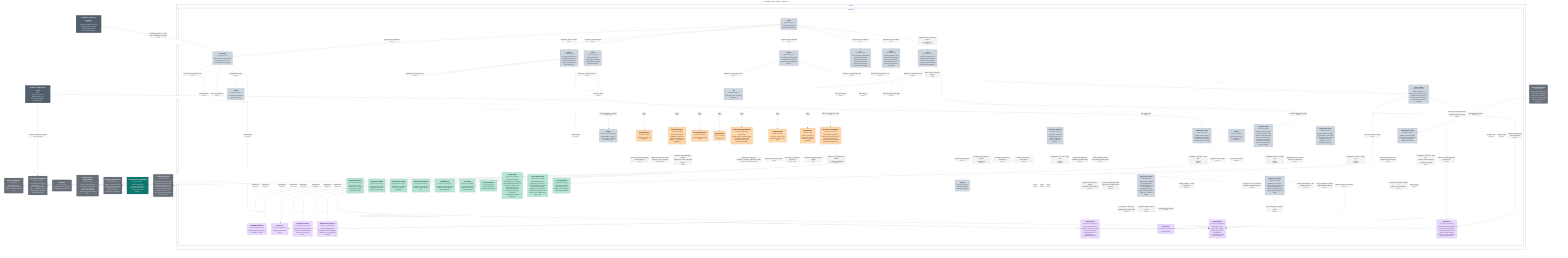
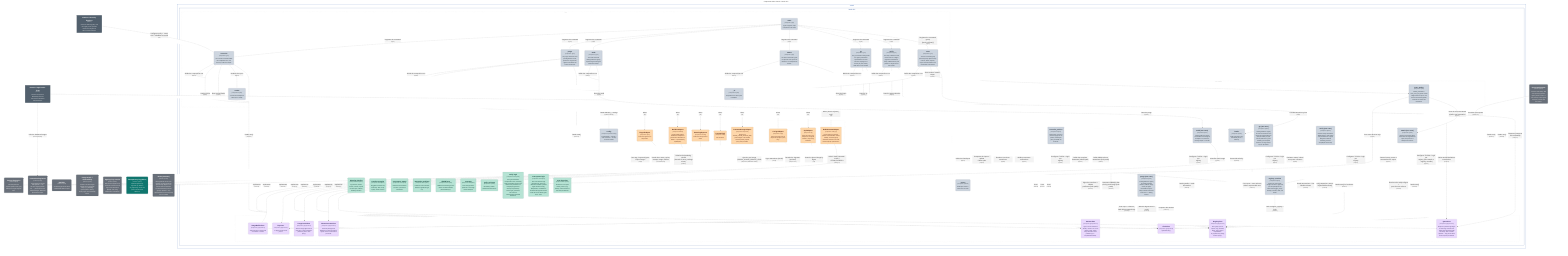
graph LR
  linkStyle default fill:#ffffff

-   subgraph diagram ["Component View: houba - houba CLI"]
+   subgraph diagram ["Component View: knock - knock CLI"]
    style diagram fill:#ffffff,stroke:#ffffff

-     1["<div style='font-weight: bold'>Platform / Security Engineer</div><div style='font-size: 70%; margin-top: 0px'>[Person]</div><div style='font-size: 80%; margin-top:10px'>Owns the hardening policy and<br />the registry roster; operates<br />houba as the single front<br />door for external images.</div>"]
+     1["<div style='font-weight: bold'>Platform / Security Engineer</div><div style='font-size: 70%; margin-top: 0px'>[Person]</div><div style='font-size: 80%; margin-top:10px'>Owns the hardening policy and<br />the registry roster; operates<br />knock as the single front<br />door for external images.</div>"]
    style 1 fill:#52606d,stroke:#39434c,color:#ffffff
    2["<div style='font-weight: bold'>Product / Application Team</div><div style='font-size: 70%; margin-top: 0px'>[Person]</div><div style='font-size: 80%; margin-top:10px'>Declares its imports as<br />MirrorPolicy files and<br />consumes the hardened,<br />stamped images.</div>"]
    style 2 fill:#52606d,stroke:#39434c,color:#ffffff

-     58("<div style='font-weight: bold'>Redis (Streams)</div><div style='font-size: 70%; margin-top: 0px'>[Software System]</div><div style='font-size: 80%; margin-top:10px'>Message broker for the scan<br />pipeline: reconcile enqueues<br />placed-image digests; scan<br />workers claim reservations<br />via XAUTOCLAIM (consumer<br />groups). Optional — only<br />required when the houba[scan]<br />extra is installed.</div>")
+     58("<div style='font-weight: bold'>Redis (Streams)</div><div style='font-size: 70%; margin-top: 0px'>[Software System]</div><div style='font-size: 80%; margin-top:10px'>Message broker for the scan<br />pipeline: reconcile enqueues<br />placed-image digests; scan<br />workers claim reservations<br />via XAUTOCLAIM (consumer<br />groups). Optional — only<br />required when the knock-oci[scan]<br />extra is installed.</div>")
    style 58 fill:#69707a,stroke:#494e55,color:#ffffff
    59("<div style='font-weight: bold'>Source Registries</div><div style='font-size: 70%; margin-top: 0px'>[Software System]</div><div style='font-size: 80%; margin-top:10px'>External public OCI<br />registries (Docker Hub, Quay,<br />GHCR) the images originate<br />from.</div>")
    style 59 fill:#69707a,stroke:#494e55,color:#ffffff
    60("<div style='font-weight: bold'>Destination Registries</div><div style='font-size: 70%; margin-top: 0px'>[Software System]</div><div style='font-size: 80%; margin-top:10px'>The organization's private<br />OCI registries — any<br />dist-spec registry (Harbor,<br />Zot, …); destination for the<br />stamped images, addressed<br />generically via regctl.</div>")
    style 60 fill:#69707a,stroke:#494e55,color:#ffffff
-     61("<div style='font-weight: bold'>BuildKit</div><div style='font-size: 70%; margin-top: 0px'>[Software System]</div><div style='font-size: 80%; margin-top:10px'>OCI build engine houba drives<br />to rebuild and harden images.</div>")
+     61("<div style='font-weight: bold'>BuildKit</div><div style='font-size: 70%; margin-top: 0px'>[Software System]</div><div style='font-size: 80%; margin-top:10px'>OCI build engine knock drives<br />to rebuild and harden images.</div>")
    style 61 fill:#69707a,stroke:#494e55,color:#ffffff
-     65("<div style='font-weight: bold'>Usage oracle / observability</div><div style='font-size: 70%; margin-top: 0px'>[Software System]</div><div style='font-size: 80%; margin-top:10px'>Answers 'was this image's<br />content seen in production<br />lately?' (e.g. Datadog).<br />Queried point-in-time by<br />houba purge; never owned by<br />houba.</div>")
+     65("<div style='font-weight: bold'>Usage oracle / observability</div><div style='font-size: 70%; margin-top: 0px'>[Software System]</div><div style='font-size: 80%; margin-top:10px'>Answers 'was this image's<br />content seen in production<br />lately?' (e.g. Datadog).<br />Queried point-in-time by<br />knock purge; never owned by<br />knock.</div>")
    style 65 fill:#69707a,stroke:#494e55,color:#ffffff
-     66("<div style='font-weight: bold'>Signing / Key service</div><div style='font-size: 70%; margin-top: 0px'>[Software System]</div><div style='font-size: 80%; margin-top:10px'>KMS or Fulcio (keyless CA)<br />that houba's attestor uses to<br />sign in-toto attestations<br />(DSSE). Trust is org<br />configuration, not baked in.</div>")
+     66("<div style='font-weight: bold'>Signing / Key service</div><div style='font-size: 70%; margin-top: 0px'>[Software System]</div><div style='font-size: 80%; margin-top:10px'>KMS or Fulcio (keyless CA)<br />that knock's attestor uses to<br />sign in-toto attestations<br />(DSSE). Trust is org<br />configuration, not baked in.</div>")
    style 66 fill:#69707a,stroke:#494e55,color:#ffffff
-     67("<div style='font-weight: bold'>Transparency log (Rekor)</div><div style='font-size: 70%; margin-top: 0px'>[Software System]</div><div style='font-size: 80%; margin-top:10px'>Optional append-only<br />signature log; blank in<br />air-gapped orgs. houba can<br />point at one but never<br />deploys it.</div>")
+     67("<div style='font-weight: bold'>Transparency log (Rekor)</div><div style='font-size: 70%; margin-top: 0px'>[Software System]</div><div style='font-size: 80%; margin-top:10px'>Optional append-only<br />signature log; blank in<br />air-gapped orgs. knock can<br />point at one but never<br />deploys it.</div>")
    style 67 fill:#0f766e,stroke:#0a524d,color:#ffffff
-     68("<div style='font-weight: bold'>Upstream Scanner</div><div style='font-size: 70%; margin-top: 0px'>[Software System]</div><div style='font-size: 80%; margin-top:10px'>Produces vulnerability / EOL<br />scan reports (CI pipeline,<br />registry-native scanner, or<br />scan service). houba ingests<br />the report; it never calls<br />the scanner.</div>")
+     68("<div style='font-weight: bold'>Upstream Scanner</div><div style='font-size: 70%; margin-top: 0px'>[Software System]</div><div style='font-size: 80%; margin-top:10px'>Produces vulnerability / EOL<br />scan reports (CI pipeline,<br />registry-native scanner, or<br />scan service). knock ingests<br />the report; it never calls<br />the scanner.</div>")
    style 68 fill:#69707a,stroke:#494e55,color:#ffffff

-     subgraph 4 ["houba"]
+     subgraph 4 ["knock"]
      style 4 fill:#ffffff,stroke:#154da4,color:#154da4

-       subgraph 5 ["houba CLI"]
+       subgraph 5 ["knock CLI"]
        style 5 fill:#ffffff,stroke:#19458c,color:#19458c

        subgraph group1 ["Adapters"]
          style group1 fill:#ffffff,stroke:#cccccc,color:#cccccc,stroke-dasharray:5

          44("<div style='font-weight: bold'>RegctlAdapter</div><div style='font-size: 70%; margin-top: 0px'>[Component: regctl]</div><div style='font-size: 80%; margin-top:10px'>Drives the regctl CLI via<br />subprocess.</div>")
          style 44 fill:#fed7aa,stroke:#b19676,color:#4a1b0c
          45("<div style='font-weight: bold'>BuildkitAdapter</div><div style='font-size: 70%; margin-top: 0px'>[Component: buildctl]</div><div style='font-size: 80%; margin-top:10px'>Drives buildctl against<br />buildkitd via subprocess<br />(provenance attestation; no<br />SBOM — superseded by<br />SyftAdapter).</div>")
          style 45 fill:#fed7aa,stroke:#b19676,color:#4a1b0c
          46("<div style='font-weight: bold'>StructlogReporter</div><div style='font-size: 70%; margin-top: 0px'>[Component: structlog]</div><div style='font-size: 80%; margin-top:10px'>Writes the event journal to<br />stderr.</div>")
          style 46 fill:#fed7aa,stroke:#b19676,color:#4a1b0c
          47("<div style='font-weight: bold'>SystemClock</div><div style='font-size: 70%; margin-top: 0px'>[Component: stdlib]</div><div style='font-size: 80%; margin-top:10px'>OS wall clock.</div>")
          style 47 fill:#fed7aa,stroke:#b19676,color:#4a1b0c
-           48("<div style='font-weight: bold'>CommandUsageAdapter</div><div style='font-size: 70%; margin-top: 0px'>[Component: subprocess]</div><div style='font-size: 80%; margin-top:10px'>Shells out to<br />HOUBA_USAGE_ORACLE_CMD;<br />passes digest + idle window<br />via stdin (JSON); expects<br />{last_seen} on stdout.</div>")
+           48("<div style='font-weight: bold'>CommandUsageAdapter</div><div style='font-size: 70%; margin-top: 0px'>[Component: subprocess]</div><div style='font-size: 80%; margin-top:10px'>Shells out to<br />KNOCK_USAGE_ORACLE_CMD;<br />passes digest + idle window<br />via stdin (JSON); expects<br />{last_seen} on stdout.</div>")
          style 48 fill:#fed7aa,stroke:#b19676,color:#4a1b0c
          49("<div style='font-weight: bold'>CosignAdapter</div><div style='font-size: 70%; margin-top: 0px'>[Component: cosign]</div><div style='font-size: 80%; margin-top:10px'>Drives the cosign CLI via<br />subprocess (keyless | kms |<br />key).</div>")
          style 49 fill:#fed7aa,stroke:#b19676,color:#4a1b0c
          50("<div style='font-weight: bold'>SyftAdapter</div><div style='font-size: 70%; margin-top: 0px'>[Component: syft]</div><div style='font-size: 80%; margin-top:10px'>Drives the syft CLI via<br />subprocess; config-file<br />auth/TLS; lazy binary<br />resolution.</div>")
          style 50 fill:#fed7aa,stroke:#b19676,color:#4a1b0c
-           51("<div style='font-weight: bold'>RedisStreamsAdapter</div><div style='font-size: 70%; margin-top: 0px'>[Component: redis-py 8]</div><div style='font-size: 80%; margin-top:10px'>Drives redis-py 8 Streams<br />(XADD / XAUTOCLAIM / XACK /<br />XTRIM); consumer-group<br />semantics; RESP3. Part of the<br />houba[scan] optional extra.</div>")
+           51("<div style='font-weight: bold'>RedisStreamsAdapter</div><div style='font-size: 70%; margin-top: 0px'>[Component: redis-py 8]</div><div style='font-size: 80%; margin-top:10px'>Drives redis-py 8 Streams<br />(XADD / XAUTOCLAIM / XACK /<br />XTRIM); consumer-group<br />semantics; RESP3. Part of the<br />knock-oci[scan] optional extra.</div>")
          style 51 fill:#fed7aa,stroke:#b19676,color:#4a1b0c
        end

        subgraph group2 ["CLI"]
          style group2 fill:#ffffff,stroke:#cccccc,color:#cccccc,stroke-dasharray:5

          10("<div style='font-weight: bold'>attach</div><div style='font-size: 70%; margin-top: 0px'>[Component: Typer]</div><div style='font-size: 80%; margin-top:10px'>The attach command: ingests<br />an upstream scan report and<br />attaches it as a stamped OCI<br />referrer.</div>")
          style 10 fill:#cdd5df,stroke:#8f959c,color:#1f2933
          11("<div style='font-weight: bold'>gc</div><div style='font-size: 70%; margin-top: 0px'>[Component: Typer]</div><div style='font-size: 80%; margin-top:10px'>The gc command: catalog-walks<br />the registry and deletes<br />superseded scan-result<br />referrers, keeping the N<br />newest per (tool, format)<br />older than a grace window.</div>")
          style 11 fill:#cdd5df,stroke:#8f959c,color:#1f2933
-           12("<div style='font-weight: bold'>verify</div><div style='font-size: 70%; margin-top: 0px'>[Component: Typer]</div><div style='font-size: 80%; margin-top:10px'>The verify command: reads<br />houba's facts for a digest<br />(signed scan attestation,<br />stamp, SBOM referrer) and<br />produces a single exit-0/1<br />gate verdict.</div>")
+           12("<div style='font-weight: bold'>verify</div><div style='font-size: 70%; margin-top: 0px'>[Component: Typer]</div><div style='font-size: 80%; margin-top:10px'>The verify command: reads<br />knock's facts for a digest<br />(signed scan attestation,<br />stamp, SBOM referrer) and<br />produces a single exit-0/1<br />gate verdict.</div>")
          style 12 fill:#cdd5df,stroke:#8f959c,color:#1f2933
-           13("<div style='font-weight: bold'>scan</div><div style='font-size: 70%; margin-top: 0px'>[Component: Typer]</div><div style='font-size: 80%; margin-top:10px'>The scan command group<br />(houba[scan] optional extra):<br />reserve, attach, enqueue,<br />reaper sub-commands for the<br />incremental scan pipeline.</div>")
+           13("<div style='font-weight: bold'>scan</div><div style='font-size: 70%; margin-top: 0px'>[Component: Typer]</div><div style='font-size: 80%; margin-top:10px'>The scan command group<br />(knock-oci[scan] optional extra):<br />reserve, attach, enqueue,<br />reaper sub-commands for the<br />incremental scan pipeline.</div>")
          style 13 fill:#cdd5df,stroke:#8f959c,color:#1f2933
          14("<div style='font-weight: bold'>render</div><div style='font-size: 70%; margin-top: 0px'>[Component: Python]</div><div style='font-size: 80%; margin-top:10px'>Formats the RunReport to<br />stdout (text / JSON).</div>")
          style 14 fill:#cdd5df,stroke:#8f959c,color:#1f2933
          15("<div style='font-weight: bold'>_di</div><div style='font-size: 70%; margin-top: 0px'>[Component: Python]</div><div style='font-size: 80%; margin-top:10px'>Composition root: wires ports<br />to adapters.</div>")
          style 15 fill:#cdd5df,stroke:#8f959c,color:#1f2933
          6("<div style='font-weight: bold'>main</div><div style='font-size: 70%; margin-top: 0px'>[Component: Typer]</div><div style='font-size: 80%; margin-top:10px'>Typer entrypoint; maps<br />exceptions to exit codes.</div>")
          style 6 fill:#cdd5df,stroke:#8f959c,color:#1f2933
          7("<div style='font-weight: bold'>reconcile</div><div style='font-size: 70%; margin-top: 0px'>[Component: Typer]</div><div style='font-size: 80%; margin-top:10px'>The reconcile command: builds<br />the composition root, runs<br />the loop, renders the report.</div>")
          style 7 fill:#cdd5df,stroke:#8f959c,color:#1f2933
          8("<div style='font-weight: bold'>purge</div><div style='font-size: 70%; margin-top: 0px'>[Component: Typer]</div><div style='font-size: 80%; margin-top:10px'>The purge command: scans<br />pending-deletion marks,<br />queries the usage oracle,<br />applies hard-deletes for<br />safely-unused tags.</div>")
          style 8 fill:#cdd5df,stroke:#8f959c,color:#1f2933
          9("<div style='font-weight: bold'>audit</div><div style='font-size: 70%; margin-top: 0px'>[Component: Typer]</div><div style='font-size: 80%; margin-top:10px'>The audit command:<br />catalog-walks the registry,<br />reports images missing the<br />provenance stamp.</div>")
          style 9 fill:#cdd5df,stroke:#8f959c,color:#1f2933
        end

        subgraph group3 ["Domain (pure)"]
          style group3 fill:#ffffff,stroke:#cccccc,color:#cccccc,stroke-dasharray:5

          26("<div style='font-weight: bold'>policy schema</div><div style='font-size: 70%; margin-top: 0px'>[Component: Pydantic]</div><div style='font-size: 80%; margin-top:10px'>MirrorPolicy model +<br />published JSON Schema.</div>")
          style 26 fill:#b6e3d4,stroke:#7f9e94,color:#04342c
          27("<div style='font-weight: bold'>planning pipeline</div><div style='font-size: 70%; margin-top: 0px'>[Component: Pure Python]</div><div style='font-size: 80%; margin-top:10px'>Tag selection, aliases,<br />semver, variants, expand,<br />reconcile plan, collision,<br />sharding, retention.</div>")
          style 27 fill:#b6e3d4,stroke:#7f9e94,color:#04342c
          28("<div style='font-weight: bold'>transform engine</div><div style='font-size: 70%; margin-top: 0px'>[Component: Pure Python]</div><div style='font-size: 80%; margin-top:10px'>Pluggable transform-step<br />vocabulary: base, steps,<br />registry, render, version.</div>")
          style 28 fill:#b6e3d4,stroke:#7f9e94,color:#04342c
-           29("<div style='font-weight: bold'>provenance stamp</div><div style='font-size: 70%; margin-top: 0px'>[Component: Pure Python]</div><div style='font-size: 80%; margin-top:10px'>Builds the OCI-standard +<br />io.houba.* provenance<br />annotations.</div>")
+           29("<div style='font-weight: bold'>provenance stamp</div><div style='font-size: 70%; margin-top: 0px'>[Component: Pure Python]</div><div style='font-size: 80%; margin-top:10px'>Builds the OCI-standard +<br />io.knock.* provenance<br />annotations.</div>")
          style 29 fill:#b6e3d4,stroke:#7f9e94,color:#04342c
-           30("<div style='font-weight: bold'>coverage</div><div style='font-size: 70%; margin-top: 0px'>[Component: Pure Python]</div><div style='font-size: 80%; margin-top:10px'>Pure stamp-presence<br />predicate: is the image<br />houba-stamped?</div>")
+           30("<div style='font-weight: bold'>coverage</div><div style='font-size: 70%; margin-top: 0px'>[Component: Pure Python]</div><div style='font-size: 80%; margin-top:10px'>Pure stamp-presence<br />predicate: is the image<br />knock-stamped?</div>")
          style 30 fill:#b6e3d4,stroke:#7f9e94,color:#04342c
          31("<div style='font-weight: bold'>attestation predicate</div><div style='font-size: 70%; margin-top: 0px'>[Component: Pure Python]</div><div style='font-size: 80%; margin-top:10px'>Builds the in-toto transform<br />Statement (predicate type<br />/v1).</div>")
          style 31 fill:#b6e3d4,stroke:#7f9e94,color:#04342c
          32("<div style='font-weight: bold'>scan ingestion</div><div style='font-size: 70%; margin-top: 0px'>[Component: Pure Python]</div><div style='font-size: 80%; margin-top:10px'>Detects the scan-report<br />format, parses it (e.g.<br />SARIF), and summarizes it<br />into stamp annotations.</div>")
          style 32 fill:#b6e3d4,stroke:#7f9e94,color:#04342c
          33("<div style='font-weight: bold'>SBOM facts</div><div style='font-size: 70%; margin-top: 0px'>[Component: Pure Python]</div><div style='font-size: 80%; margin-top:10px'>SBOM format media-types and<br />referrer annotation builder<br />(domain/sbom.py).</div>")
          style 33 fill:#b6e3d4,stroke:#7f9e94,color:#04342c
          34("<div style='font-weight: bold'>verify logic</div><div style='font-size: 70%; margin-top: 0px'>[Component: Pure Python]</div><div style='font-size: 80%; margin-top:10px'>Pure gate evaluation:<br />Requirement enum; evaluate()<br />maps stamp/sbom presence and<br />verified scan predicates to a<br />VerifyReport (pass/fail +<br />detail per requirement).<br />Reuses gate_breached;<br />fail-closed on<br />missing/stale/unverifiable<br />attestation.</div>")
          style 34 fill:#b6e3d4,stroke:#7f9e94,color:#04342c
          35("<div style='font-weight: bold'>scan queue logic</div><div style='font-size: 70%; margin-top: 0px'>[Component: Pure Python]</div><div style='font-size: 80%; margin-top:10px'>Pure scan decision logic<br />(domain/scan_queue.py):<br />determines whether a placed<br />digest needs scanning,<br />deduplicates, and builds the<br />ScanOutcome payload. No I/O.<br />Under the ≥90 % domain gate +<br />mypy --strict.</div>")
          style 35 fill:#b6e3d4,stroke:#7f9e94,color:#04342c
        end

        subgraph group4 ["Ports"]
          style group4 fill:#ffffff,stroke:#cccccc,color:#cccccc,stroke-dasharray:5

          36("<div style='font-weight: bold'>RegistryPort</div><div style='font-size: 70%; margin-top: 0px'>[Component: typing.Protocol]</div><div style='font-size: 80%; margin-top:10px'>OCI registry ops: list,<br />inspect, copy, annotate,<br />delete, login, referrer<br />list/put/delete;<br />list_repositories (catalog<br />walk for purge).</div>")
          style 36 fill:#e9d8fd,stroke:#a397b1,color:#322659
          37("<div style='font-weight: bold'>ImageBuilderPort</div><div style='font-size: 70%; margin-top: 0px'>[Component: typing.Protocol]</div><div style='font-size: 80%; margin-top:10px'>Build and push an image from<br />a Dockerfile + context.</div>")
          style 37 fill:#e9d8fd,stroke:#a397b1,color:#322659
          38("<div style='font-weight: bold'>Reporter</div><div style='font-size: 70%; margin-top: 0px'>[Component: typing.Protocol]</div><div style='font-size: 80%; margin-top:10px'>In-flight reconcile event<br />journal.</div>")
          style 38 fill:#e9d8fd,stroke:#a397b1,color:#322659
          39("<div style='font-weight: bold'>ClockPort</div><div style='font-size: 70%; margin-top: 0px'>[Component: typing.Protocol]</div><div style='font-size: 80%; margin-top:10px'>Injectable now().</div>")
          style 39 fill:#e9d8fd,stroke:#a397b1,color:#322659
          40("<div style='font-weight: bold'>UsageOraclePort</div><div style='font-size: 70%; margin-top: 0px'>[Component: typing.Protocol]</div><div style='font-size: 80%; margin-top:10px'>Was this image digest seen in<br />prod since a given timestamp?<br />(stateless, point-in-time<br />query).</div>")
          style 40 fill:#e9d8fd,stroke:#a397b1,color:#322659
          41("<div style='font-weight: bold'>AttestorPort</div><div style='font-size: 70%; margin-top: 0px'>[Component: typing.Protocol]</div><div style='font-size: 80%; margin-top:10px'>Sign an in-toto Statement<br />(DSSE) + attach it as an OCI<br />referrer. Verify: cosign<br />verify-attestation over a<br />predicate type →<br />list[VerifiedPredicate].</div>")
          style 41 fill:#e9d8fd,stroke:#a397b1,color:#322659
          42("<div style='font-weight: bold'>SbomGeneratorPort</div><div style='font-size: 70%; margin-top: 0px'>[Component: typing.Protocol]</div><div style='font-size: 80%; margin-top:10px'>Generate package-level<br />SBOM(s) for a placed image by<br />digest; returns one document<br />per format.</div>")
          style 42 fill:#e9d8fd,stroke:#a397b1,color:#322659
-           43("<div style='font-weight: bold'>QueuePort</div><div style='font-size: 70%; margin-top: 0px'>[Component: typing.Protocol]</div><div style='font-size: 80%; margin-top:10px'>Enqueue a placed-image digest<br />for scanning; claim the next<br />Reservation (XAUTOCLAIM<br />semantics); ACK or NACK.<br />Optional — only present when<br />houba[scan] is installed.</div>")
+           43("<div style='font-weight: bold'>QueuePort</div><div style='font-size: 70%; margin-top: 0px'>[Component: typing.Protocol]</div><div style='font-size: 80%; margin-top:10px'>Enqueue a placed-image digest<br />for scanning; claim the next<br />Reservation (XAUTOCLAIM<br />semantics); ACK or NACK.<br />Optional — only present when<br />knock-oci[scan] is installed.</div>")
          style 43 fill:#e9d8fd,stroke:#a397b1,color:#322659
        end

        subgraph group5 ["Use cases"]
          style group5 fill:#ffffff,stroke:#cccccc,color:#cccccc,stroke-dasharray:5

          16("<div style='font-weight: bold'>loader</div><div style='font-size: 70%; margin-top: 0px'>[Component: Python]</div><div style='font-size: 80%; margin-top:10px'>Loads and parses every<br />MirrorPolicy file in a<br />directory.</div>")
          style 16 fill:#cdd5df,stroke:#8f959c,color:#1f2933
          17("<div style='font-weight: bold'>reconcile_policies</div><div style='font-size: 70%; margin-top: 0px'>[Component: Python]</div><div style='font-size: 80%; margin-top:10px'>Orchestrator: concurrent<br />plan-then-apply over all<br />policies, isolated per<br />policy, shardable for<br />scale-out.</div>")
          style 17 fill:#cdd5df,stroke:#8f959c,color:#1f2933
          18("<div style='font-weight: bold'>purge (use case)</div><div style='font-size: 70%; margin-top: 0px'>[Component: Python]</div><div style='font-size: 80%; margin-top:10px'>Catalog-walks the registry<br />for pending-deletion<br />referrers; asks the usage<br />oracle per digest;<br />hard-deletes only the<br />safely-unused. Fail-closed:<br />oracle error ⇒ nothing<br />purged.</div>")
          style 18 fill:#cdd5df,stroke:#8f959c,color:#1f2933
          19("<div style='font-weight: bold'>audit (use case)</div><div style='font-size: 70%; margin-top: 0px'>[Component: Python]</div><div style='font-size: 80%; margin-top:10px'>Catalog-walks the registry<br />and classifies each image as<br />stamped or not; emits the<br />coverage report + exit code.</div>")
          style 19 fill:#cdd5df,stroke:#8f959c,color:#1f2933
          20("<div style='font-weight: bold'>attach (use case)</div><div style='font-size: 70%; margin-top: 0px'>[Component: Python]</div><div style='font-size: 80%; margin-top:10px'>Resolves the subject digest,<br />summarizes the ingested scan<br />report, and puts it as a<br />stamped OCI referrer.</div>")
          style 20 fill:#cdd5df,stroke:#8f959c,color:#1f2933
          21("<div style='font-weight: bold'>gc (use case)</div><div style='font-size: 70%; margin-top: 0px'>[Component: Python]</div><div style='font-size: 80%; margin-top:10px'>Catalog-walks the registry<br />for scan-result referrers and<br />collects the superseded ones<br />(keep N newest per (tool,<br />format) older than a grace<br />window); pure temporal<br />decision, no usage oracle.<br />Dry-run by default.</div>")
          style 21 fill:#cdd5df,stroke:#8f959c,color:#1f2933
          22("<div style='font-weight: bold'>verify (use case)</div><div style='font-size: 70%; margin-top: 0px'>[Component: Python]</div><div style='font-size: 80%; margin-top:10px'>Resolves stamp annotations,<br />SBOM referrers, and verified<br />scan predicates for a digest;<br />delegates to domain<br />evaluate(); returns a<br />VerifyReport. Read-only.</div>")
          style 22 fill:#cdd5df,stroke:#8f959c,color:#1f2933
          23("<div style='font-weight: bold'>scan_worker</div><div style='font-size: 70%; margin-top: 0px'>[Component: Python]</div><div style='font-size: 80%; margin-top:10px'>handle_reservation +<br />make_scan_and_attach: claims<br />a digest from the queue, runs<br />the scan-and-attach pipeline,<br />and ACKs or NACKs the<br />reservation.</div>")
          style 23 fill:#cdd5df,stroke:#8f959c,color:#1f2933
          24("<div style='font-weight: bold'>report</div><div style='font-size: 70%; margin-top: 0px'>[Component: Pydantic]</div><div style='font-size: 80%; margin-top:10px'>RunReport contract +<br />worst-wins exit code.</div>")
          style 24 fill:#cdd5df,stroke:#8f959c,color:#1f2933
          25("<div style='font-weight: bold'>registry_session</div><div style='font-size: 70%; margin-top: 0px'>[Component: Python]</div><div style='font-size: 80%; margin-top:10px'>Shared use-case helper:<br />configure TLS/CA + login once<br />per host (idempotent via<br />caller-owned logged_in set).<br />Used by reconcile, audit, and<br />attach.</div>")
          style 25 fill:#cdd5df,stroke:#8f959c,color:#1f2933
        end

-         52("<div style='font-weight: bold'>config</div><div style='font-size: 70%; margin-top: 0px'>[Component: Pydantic Settings]</div><div style='font-size: 80%; margin-top:10px'>Reads HOUBA_* settings +<br />roster resolvers — the only<br />os.environ reader.</div>")
+         52("<div style='font-weight: bold'>config</div><div style='font-size: 70%; margin-top: 0px'>[Component: Pydantic Settings]</div><div style='font-size: 80%; margin-top:10px'>Reads KNOCK_* settings +<br />roster resolvers — the only<br />os.environ reader.</div>")
        style 52 fill:#cdd5df,stroke:#8f959c,color:#1f2933
      end

    end

    19-. "<div>Catalog-walks + reads<br />annotations</div><div style='font-size: 70%'>[Protocol]</div>" .->36
    19-. "<div>Configures TLS/CA + login per<br />registry</div><div style='font-size: 70%'>[Python]</div>" .->25
    10-. "<div>Builds the composition root</div><div style='font-size: 70%'>[Python]</div>" .->15
    10-. "<div>Runs the ingest</div><div style='font-size: 70%'>[Python]</div>" .->20
    68-. "<div>Provides scan reports</div><div style='font-size: 70%'>[SARIF / file]</div>" .->20
    20-. "<div>Detects format, parses &<br />summarizes the report</div><div style='font-size: 70%'>[Python]</div>" .->32
    20-. "<div>Resolves the subject digest +<br />puts the scan referrer</div><div style='font-size: 70%'>[Protocol]</div>" .->36
    20-. "<div>Reads now()</div><div style='font-size: 70%'>[Protocol]</div>" .->39
    20-. "<div>Configures TLS/CA + login per<br />registry (host-match or<br />--registry override)</div><div style='font-size: 70%'>[Python]</div>" .->25
    8-. "<div>Builds the composition root</div><div style='font-size: 70%'>[Python]</div>" .->15
    8-. "<div>Runs the purge</div><div style='font-size: 70%'>[Python]</div>" .->18
    8-. "<div>Reads now()</div><div style='font-size: 70%'>[Protocol]</div>" .->39
    11-. "<div>Builds the composition root</div><div style='font-size: 70%'>[Python]</div>" .->15
    11-. "<div>Runs the gc</div><div style='font-size: 70%'>[Python]</div>" .->21
    11-. "<div>Reads now()</div><div style='font-size: 70%'>[Protocol]</div>" .->39
    12-. "<div>Builds the composition root</div><div style='font-size: 70%'>[Python]</div>" .->15
    12-. "<div>Runs the gate evaluation</div><div style='font-size: 70%'>[Python]</div>" .->22
    12-. "<div>Reads now()</div><div style='font-size: 70%'>[Protocol]</div>" .->39
    7-. "<div>Builds the composition root</div><div style='font-size: 70%'>[Python]</div>" .->15
    7-. "<div>Loads policies</div><div style='font-size: 70%'>[Python]</div>" .->16
    7-. "<div>Runs reconciliation</div><div style='font-size: 70%'>[Python]</div>" .->17
    7-. "<div>Renders the report</div><div style='font-size: 70%'>[Python]</div>" .->14
    7-. "<div>Reads now()</div><div style='font-size: 70%'>[Protocol]</div>" .->39
-     15-. "<div>Reads HOUBA_* settings</div><div style='font-size: 70%'>[Pydantic Settings]</div>" .->52
+     15-. "<div>Reads KNOCK_* settings</div><div style='font-size: 70%'>[Pydantic Settings]</div>" .->52
    15-. "<div>Wires</div><div style='font-size: 70%'>[DI]</div>" .->44
    15-. "<div>Wires</div><div style='font-size: 70%'>[DI]</div>" .->45
    15-. "<div>Wires</div><div style='font-size: 70%'>[DI]</div>" .->46
    15-. "<div>Wires</div><div style='font-size: 70%'>[DI]</div>" .->47
    15-. "<div>Wires</div><div style='font-size: 70%'>[DI]</div>" .->48
    16-. "<div>Parses MirrorPolicy</div><div style='font-size: 70%'>[Pydantic]</div>" .->26
    17-. "<div>Builds the RunReport</div><div style='font-size: 70%'>[Python]</div>" .->24
    17-. "<div>Computes the import / update<br />/ delete plan</div><div style='font-size: 70%'>[Python]</div>" .->27
    17-. "<div>Renders & versions transforms</div><div style='font-size: 70%'>[Python]</div>" .->28
    17-. "<div>Builds provenance annotations</div><div style='font-size: 70%'>[Python]</div>" .->29
    17-. "<div>Uses</div><div style='font-size: 70%'>[Protocol]</div>" .->36
    17-. "<div>Uses</div><div style='font-size: 70%'>[Protocol]</div>" .->37
    17-. "<div>Uses</div><div style='font-size: 70%'>[Protocol]</div>" .->38
    17-. "<div>Configures TLS/CA + login per<br />registry</div><div style='font-size: 70%'>[Python]</div>" .->25
    18-. "<div>Lists repos + referrers;<br />hard-deletes purged tags</div><div style='font-size: 70%'>[Protocol]</div>" .->36
    18-. "<div>Was this digest seen in prod?</div><div style='font-size: 70%'>[Protocol]</div>" .->40
    18-. "<div>Computes idle window</div><div style='font-size: 70%'>[Protocol]</div>" .->39
    21-. "<div>Lists repos + scan referrers;<br />deletes superseded ones</div><div style='font-size: 70%'>[Protocol]</div>" .->36
    21-. "<div>Configures TLS/CA + login per<br />registry</div><div style='font-size: 70%'>[Python]</div>" .->25
    22-. "<div>Evaluates stamp / sbom /<br />scan-pass outcomes</div><div style='font-size: 70%'>[Python]</div>" .->34
    22-. "<div>Reads annotations + lists<br />SBOM referrers</div><div style='font-size: 70%'>[Protocol]</div>" .->36
    22-. "<div>verify-attestation: returns<br />list[VerifiedPredicate]</div><div style='font-size: 70%'>[Protocol]</div>" .->41
    22-. "<div>Reads now() for freshness</div><div style='font-size: 70%'>[Protocol]</div>" .->39
    22-. "<div>Configures TLS/CA + login per<br />registry</div><div style='font-size: 70%'>[Python]</div>" .->25
    25-. "<div>Calls configure_registry +<br />login</div><div style='font-size: 70%'>[Protocol]</div>" .->36
    44-. "<div>Implements</div><div style='font-size: 70%'>[Protocol]</div>" .->36
    45-. "<div>Implements</div><div style='font-size: 70%'>[Protocol]</div>" .->37
    46-. "<div>Implements</div><div style='font-size: 70%'>[Protocol]</div>" .->38
    47-. "<div>Implements</div><div style='font-size: 70%'>[Protocol]</div>" .->39
    48-. "<div>Implements</div><div style='font-size: 70%'>[Protocol]</div>" .->40
    44-. "<div>Lists tags, inspects digests,<br />copies images</div><div style='font-size: 70%'>[regctl]</div>" .->59
    44-. "<div>Reads mirror state; copies,<br />stamps, retags, deletes</div><div style='font-size: 70%'>[regctl (dist-spec)]</div>" .->60
    45-. "<div>Submits the hardening rebuild<br />(internal CA trust, package<br />mirror)</div><div style='font-size: 70%'>[buildctl]</div>" .->61
-     48-. "<div>Queries prod usage<br />(HOUBA_USAGE_ORACLE_CMD)</div><div style='font-size: 70%'>[subprocess (stdin/stdout JSON)]</div>" .->65
+     48-. "<div>Queries prod usage<br />(KNOCK_USAGE_ORACLE_CMD)</div><div style='font-size: 70%'>[subprocess (stdin/stdout JSON)]</div>" .->65
    17-. "<div>Builds the transform<br />Statement (rebuild path)</div><div style='font-size: 70%'>[Python]</div>" .->31
    17-. "<div>Signs the transform + SBOM<br />predicates (both paths)</div><div style='font-size: 70%'>[Protocol]</div>" .->41
    17-. "<div>Builds SBOM referrer<br />annotations (both paths)</div><div style='font-size: 70%'>[Python]</div>" .->33
    15-. "<div>Wires</div><div style='font-size: 70%'>[DI]</div>" .->49
    49-. "<div>Implements</div><div style='font-size: 70%'>[Protocol]</div>" .->41
    49-. "<div>Signs attestations (DSSE)</div><div style='font-size: 70%'>[cosign]</div>" .->66
    49-. "<div>Records the signature<br />(optional)</div><div style='font-size: 70%'>[cosign / rekor]</div>" .->67
    15-. "<div>Wires</div><div style='font-size: 70%'>[DI]</div>" .->50
    50-. "<div>Implements</div><div style='font-size: 70%'>[Protocol]</div>" .->42
    17-. "<div>Generates SBOM(s) after<br />placing each image (both<br />paths)</div><div style='font-size: 70%'>[Protocol]</div>" .->42
    50-. "<div>Scans the placed image by<br />digest</div><div style='font-size: 70%'>[syft]</div>" .->60
    13-. "<div>Builds the composition root</div><div style='font-size: 70%'>[Python]</div>" .->15
    13-. "<div>Runs reserve / attach /<br />reaper</div><div style='font-size: 70%'>[Python]</div>" .->23
    13-. "<div>Enqueues (enqueue<br />sub-command)</div><div style='font-size: 70%'>[Protocol]</div>" .->43
    23-. "<div>Pure scan decision logic</div><div style='font-size: 70%'>[Python]</div>" .->35
    23-. "<div>Claims and ACKs/NACKs<br />reservations</div><div style='font-size: 70%'>[Protocol]</div>" .->43
    23-. "<div>Runs the scan-and-attach<br />pipeline per reservation</div><div style='font-size: 70%'>[Python]</div>" .->20
-     15-. "<div>Wires (houba[scan] only)</div><div style='font-size: 70%'>[DI]</div>" .->51
+     15-. "<div>Wires (knock-oci[scan] only)</div><div style='font-size: 70%'>[DI]</div>" .->51
    51-. "<div>Implements</div><div style='font-size: 70%'>[Protocol]</div>" .->43
    51-. "<div>XADD / XAUTOCLAIM / XACK /<br />XTRIM via RESP3</div><div style='font-size: 70%'>[redis-py 8]</div>" .->58
    2-. "<div>Pulls the hardened images</div><div style='font-size: 70%'>[docker pull (OCI)]</div>" .->60
    1-. "<div>Configures policy + roster,<br />runs / schedules reconcile</div><div style='font-size: 70%'>[CLI]</div>" .->7
    2-. "<div>Provides MirrorPolicy files</div><div style='font-size: 70%'>[YAML]</div>" .->16
    6-. "<div>Registers the command</div><div style='font-size: 70%'>[Typer]</div>" .->7
    6-. "<div>Registers the command</div><div style='font-size: 70%'>[Typer]</div>" .->8
    6-. "<div>Registers the command</div><div style='font-size: 70%'>[Typer]</div>" .->9
    6-. "<div>Registers the command</div><div style='font-size: 70%'>[Typer]</div>" .->10
    6-. "<div>Registers the command</div><div style='font-size: 70%'>[Typer]</div>" .->11
    6-. "<div>Registers the command</div><div style='font-size: 70%'>[Typer]</div>" .->12
-     6-. "<div>Registers the command group<br />(houba[scan])</div><div style='font-size: 70%'>[Typer]</div>" .->13
+     6-. "<div>Registers the command group<br />(knock-oci[scan])</div><div style='font-size: 70%'>[Typer]</div>" .->13
    9-. "<div>Builds the composition root</div><div style='font-size: 70%'>[Python]</div>" .->15
    9-. "<div>Runs the audit</div><div style='font-size: 70%'>[Python]</div>" .->19
    19-. "<div>Classifies each image</div><div style='font-size: 70%'>[Python]</div>" .->30

  end